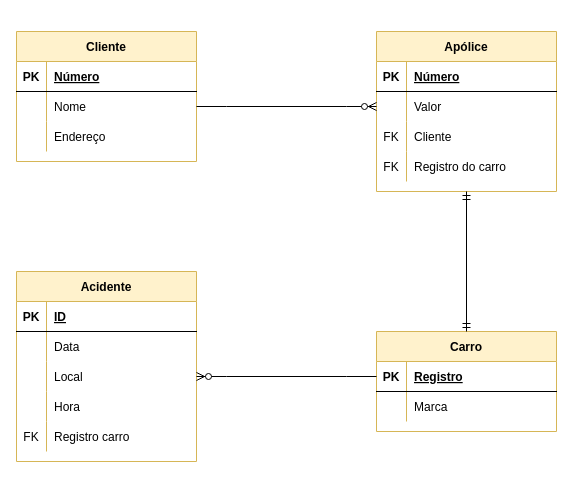
cunhanai/entra21-java keeps this draw.io diagram as page "E1-seguradora-LOGICO" (2 of 3) of guardar/materiais/4-bancodedados/Exercicios/Lista1.drawio. Above is the earlier version. Source tidied: cells renumbered, new cells numbered last; positions are measured from the earlier drawing's top-left corner, leaving out a move shared by most shapes. Both pictures are drawn from the tidied source at 100%, with x=0, y=0 at pixel (16, 31).
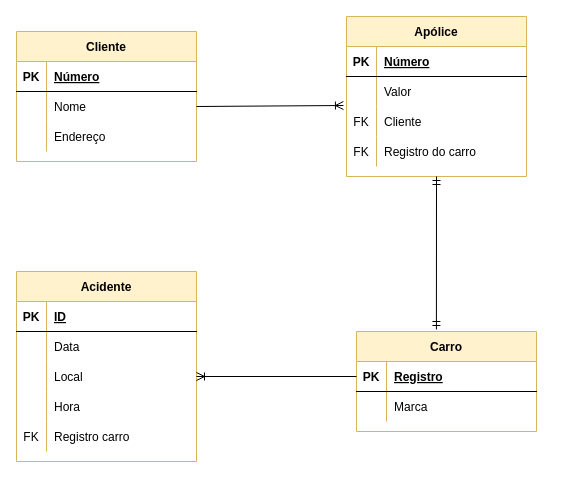
The same page after the edit.

Unchanged cells that the change refers to:
```xml
<mxCell id="6" style="shape=tableRow;horizontal=0;startSize=0;swimlaneHead=0;swimlaneBody=0;fillColor=none;points=[[0,0.5],[1,0.5]];portConstraint=eastwest;top=0;left=0;right=0;bottom=0;" parent="2" vertex="1">
  <mxGeometry y="60" width="180" height="30" as="geometry" />
</mxCell>
<mxCell id="16" style="shape=tableRow;horizontal=0;startSize=0;swimlaneHead=0;swimlaneBody=0;fillColor=none;points=[[0,0.5],[1,0.5]];portConstraint=eastwest;top=0;left=0;right=0;bottom=0;" parent="12" vertex="1">
  <mxGeometry y="60" width="180" height="30" as="geometry" />
</mxCell>
<mxCell id="19" style="shape=tableRow;horizontal=0;startSize=0;swimlaneHead=0;swimlaneBody=0;fillColor=none;points=[[0,0.5],[1,0.5]];portConstraint=eastwest;top=0;left=0;right=0;bottom=0;" parent="12" vertex="1">
  <mxGeometry y="90" width="180" height="30" as="geometry" />
</mxCell>
<mxCell id="26" style="shape=tableRow;horizontal=0;startSize=0;swimlaneHead=0;swimlaneBody=0;fillColor=none;points=[[0,0.5],[1,0.5]];portConstraint=eastwest;top=0;left=0;right=0;bottom=1;" parent="25" vertex="1">
  <mxGeometry y="30" width="180" height="30" as="geometry" />
</mxCell>
<mxCell id="39" style="shape=tableRow;horizontal=0;startSize=0;swimlaneHead=0;swimlaneBody=0;fillColor=none;points=[[0,0.5],[1,0.5]];portConstraint=eastwest;top=0;left=0;right=0;bottom=0;" parent="32" vertex="1">
  <mxGeometry y="90" width="180" height="30" as="geometry" />
</mxCell>
```

What changed in the source:
```diff
@@
     <mxCell id="12" value="Apólice" style="shape=table;startSize=30;childLayout=tableLayout;rowLines=0;fontStyle=1;align=center;fillColor=#fff2cc;strokeColor=#d6b656;" parent="1" vertex="1">
-      <mxGeometry x="360" width="180" height="160" as="geometry" />
+      <mxGeometry x="330" y="-15" width="180" height="160" as="geometry" />
     </mxCell>
@@
     <mxCell id="25" value="Carro" style="shape=table;startSize=30;childLayout=tableLayout;rowLines=0;fontStyle=1;align=center;fillColor=#fff2cc;strokeColor=#d6b656;" parent="1" vertex="1">
-      <mxGeometry x="360" y="300" width="180" height="100" as="geometry" />
+      <mxGeometry x="340" y="300" width="180" height="100" as="geometry" />
     </mxCell>
@@
-    <mxCell id="48" style="edgeStyle=entityRelationEdgeStyle;fontSize=12;html=1;endArrow=ERzeroToMany;endFill=1;rounded=0;" parent="1" edge="1" source="6" target="16">
-      <mxGeometry relative="1" as="geometry" />
-    </mxCell>
-    <mxCell id="49" style="fontSize=12;html=1;endArrow=ERmandOne;startArrow=ERmandOne;rounded=0;entryX=0.5;entryY=1;entryDx=0;entryDy=0;" parent="1" edge="1" target="12">
-      <mxGeometry relative="1" as="geometry">
-        <mxPoint x="450" y="300" as="sourcePoint" />
-      </mxGeometry>
+    <mxCell id="49" style="fontSize=12;html=1;endArrow=ERmandOne;startArrow=ERmandOne;rounded=0;entryX=0.5;entryY=1;entryDx=0;entryDy=0;exitX=0.444;exitY=-0.02;exitDx=0;exitDy=0;exitPerimeter=0;" parent="1" edge="1" source="25" target="12">
+      <mxGeometry relative="1" as="geometry" />
     </mxCell>
+    <mxCell id="51" style="fontSize=12;html=1;endArrow=ERoneToMany;rounded=0;exitX=1;exitY=0.5;exitDx=0;exitDy=0;entryX=-0.017;entryY=-0.033;entryDx=0;entryDy=0;entryPerimeter=0;" parent="1" edge="1" source="6" target="19">
+      <mxGeometry relative="1" as="geometry" />
+    </mxCell>
-    <mxCell id="50" style="edgeStyle=entityRelationEdgeStyle;fontSize=12;html=1;endArrow=ERzeroToMany;endFill=1;rounded=0;exitX=0;exitY=0.5;exitDx=0;exitDy=0;" parent="1" edge="1" source="26" target="39">
+    <mxCell id="50" style="fontSize=12;html=1;endArrow=ERoneToMany;rounded=0;exitX=0;exitY=0.5;exitDx=0;exitDy=0;entryX=1;entryY=0.5;entryDx=0;entryDy=0;" parent="1" edge="1" source="26" target="39">
       <mxGeometry relative="1" as="geometry" />
     </mxCell>
```
